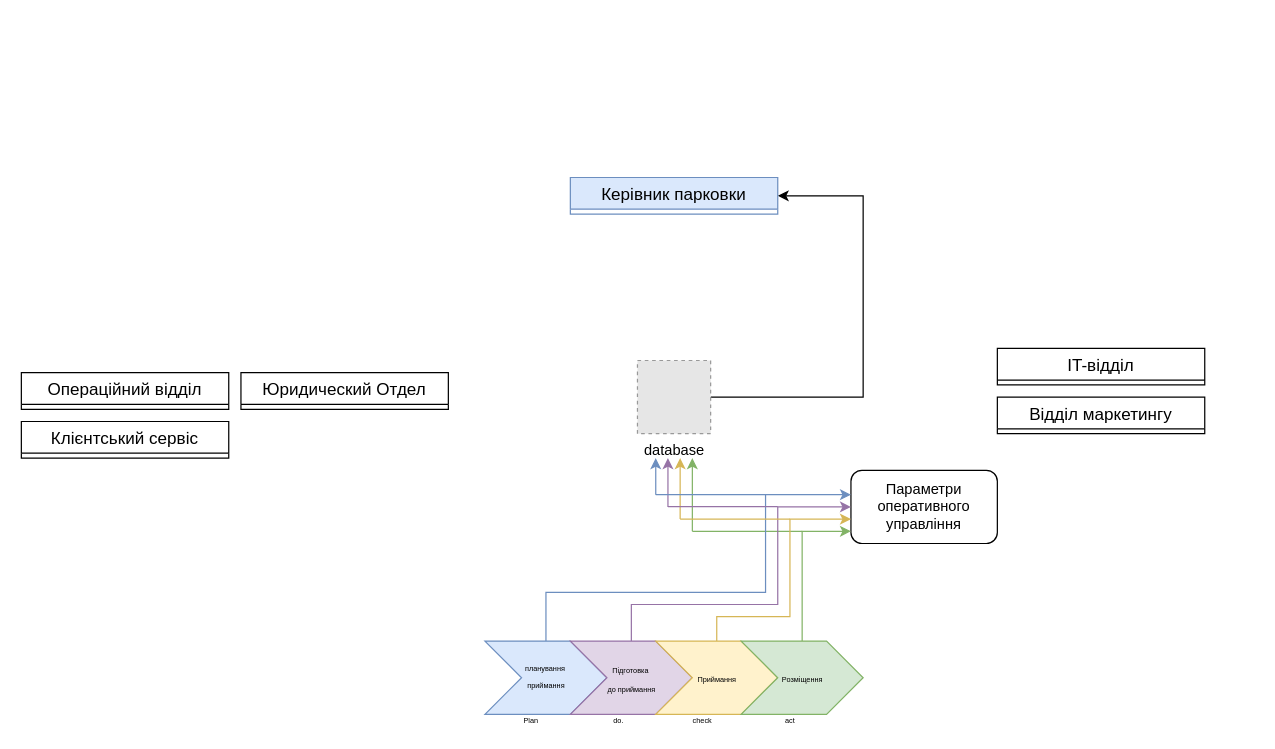
Above: Диаграмма без названия.drawio in mietolkin/Bank-App (draw.io), before the change. Source tidied: cells renumbered, new cells numbered last; positions are measured from the earlier drawing's top-left corner, leaving out a move shared by most shapes. Both pictures are drawn from the tidied source at 122%, with x=0, y=0 at pixel (21, 177). Pictures stored in the file or linked from it are replaced by grey dashed boxes.
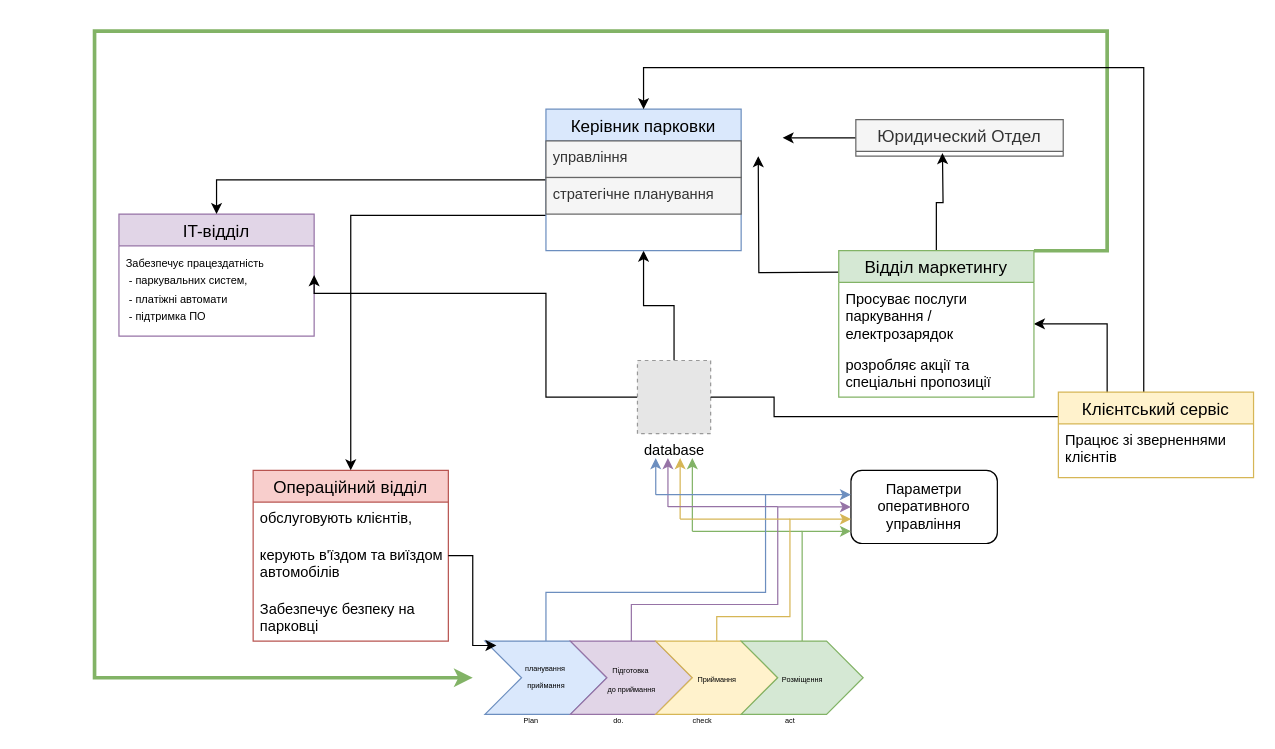
The same diagram, later.

The change refers to these unchanged cells:
```xml
<mxCell id="3" value="&lt;p style=&quot;border-color: var(--border-color); font-size: 6px;&quot;&gt;&lt;font style=&quot;font-size: 6px;&quot;&gt;планування&amp;nbsp;&lt;/font&gt;&lt;/p&gt;&lt;p style=&quot;border-color: var(--border-color); font-size: 6px;&quot;&gt;&lt;font style=&quot;font-size: 6px;&quot;&gt;приймання&lt;/font&gt;&lt;/p&gt;" style="html=1;shadow=0;dashed=0;align=center;verticalAlign=middle;shape=mxgraph.arrows2.arrow;dy=0;dx=30;notch=30;fillColor=#dae8fc;strokeColor=#6c8ebf;" parent="2" vertex="1">
  <mxGeometry width="100" height="60" as="geometry" />
</mxCell>
<mxCell id="13" value="database" style="fillColor=#E6E6E6;strokeColor=#999999;dashed=1;html=1;verticalAlign=top;verticalLabelPosition=bottom;labelBackgroundColor=#ffffff;" parent="1" vertex="1">
  <mxGeometry x="505" y="150" width="60" height="60" as="geometry" />
</mxCell>
```

Change to the diagram source:
```diff
@@
-    <mxCell id="8" value="Операційний відділ" style="swimlane;fontStyle=0;horizontal=1;startSize=26;align=center;fontSize=14;" parent="1" vertex="1" collapsed="1">
-      <mxGeometry y="160" width="170" height="30" as="geometry" />
+    <mxCell id="8" value="Операційний відділ" style="swimlane;fontStyle=0;horizontal=1;startSize=26;align=center;fontSize=14;fillColor=#f8cecc;strokeColor=#b85450;" parent="1" vertex="1">
+      <mxGeometry x="190" y="240" width="160" height="140" as="geometry" />
     </mxCell>
-    <mxCell id="9" value="Клієнтський сервіс" style="swimlane;fontStyle=0;horizontal=1;startSize=26;align=center;fontSize=14;" parent="1" vertex="1" collapsed="1">
-      <mxGeometry y="200" width="170" height="30" as="geometry" />
-    </mxCell>
+    <mxCell id="29" value="обслуговують клієнтів,&amp;nbsp;" style="text;strokeColor=none;fillColor=none;spacingLeft=4;spacingRight=4;overflow=hidden;fontSize=12;whiteSpace=wrap;html=1;" parent="8" vertex="1">
+      <mxGeometry y="26" width="160" height="30" as="geometry" />
+    </mxCell>
+    <mxCell id="30" value="керують в'їздом та виїздом автомобілів" style="text;strokeColor=none;fillColor=none;spacingLeft=4;spacingRight=4;overflow=hidden;fontSize=12;whiteSpace=wrap;html=1;" parent="8" vertex="1">
+      <mxGeometry y="56" width="160" height="44" as="geometry" />
+    </mxCell>
+    <mxCell id="31" value="Забезпечує безпеку на парковці" style="text;strokeColor=none;fillColor=none;spacingLeft=4;spacingRight=4;overflow=hidden;fontSize=12;whiteSpace=wrap;html=1;" parent="8" vertex="1">
+      <mxGeometry y="100" width="160" height="40" as="geometry" />
+    </mxCell>
-    <mxCell id="10" value="IT-відділ" style="swimlane;fontStyle=0;horizontal=1;startSize=26;align=center;fontSize=14;" parent="1" vertex="1" collapsed="1">
-      <mxGeometry x="800" y="140" width="170" height="30" as="geometry" />
+    <mxCell id="10" value="IT-відділ" style="swimlane;fontStyle=0;horizontal=1;startSize=26;align=center;fontSize=14;fillColor=#e1d5e7;strokeColor=#9673a6;" parent="1" vertex="1">
+      <mxGeometry x="80" y="30" width="160" height="100" as="geometry" />
     </mxCell>
-    <mxCell id="11" value="Юридический Отдел" style="swimlane;fontStyle=0;horizontal=1;startSize=26;align=center;fontSize=14;" parent="1" vertex="1" collapsed="1">
-      <mxGeometry x="180" y="160" width="170" height="30" as="geometry" />
-    </mxCell>
+    <mxCell id="32" value="&lt;font style=&quot;font-size: 9px;&quot;&gt;Забезпечує працездатність&lt;br&gt;&amp;nbsp;- паркувальних систем,&amp;nbsp;&lt;br&gt;&amp;nbsp;- платіжні автомати&lt;br&gt;&amp;nbsp;- підтримка ПО&lt;br&gt;&lt;/font&gt;" style="text;strokeColor=none;fillColor=none;spacingLeft=4;spacingRight=4;overflow=hidden;fontSize=12;whiteSpace=wrap;html=1;" parent="10" vertex="1">
+      <mxGeometry y="26" width="160" height="74" as="geometry" />
+    </mxCell>
-    <mxCell id="12" style="edgeStyle=orthogonalEdgeStyle;rounded=0;jettySize=auto;html=1;entryX=1;entryY=0.5;entryDx=0;entryDy=0;" parent="1" edge="1" source="13" target="28">
+    <mxCell id="12" style="edgeStyle=orthogonalEdgeStyle;rounded=0;jettySize=auto;html=1;entryX=1;entryY=0.5;entryDx=0;entryDy=0;" parent="1" edge="1" source="11">
       <mxGeometry relative="1" as="geometry">
-        <Array as="points">
-          <mxPoint x="690" y="180" />
-          <mxPoint x="690" y="15" />
-        </Array>
+        <mxPoint x="624" y="-32.5" as="targetPoint" />
       </mxGeometry>
     </mxCell>
+    <mxCell id="33" style="edgeStyle=orthogonalEdgeStyle;rounded=0;jettySize=auto;html=1;entryX=1;entryY=0.5;entryDx=0;entryDy=0;" parent="1" edge="1" source="13" target="10">
+      <mxGeometry relative="1" as="geometry">
+        <Array as="points">
+          <mxPoint x="430" y="180" />
+          <mxPoint x="430" y="95" />
+        </Array>
+      </mxGeometry>
+    </mxCell>
+    <mxCell id="34" style="edgeStyle=orthogonalEdgeStyle;rounded=0;jettySize=auto;html=1;entryX=0.5;entryY=1;entryDx=0;entryDy=0;" parent="1" edge="1" source="13" target="28">
+      <mxGeometry relative="1" as="geometry" />
+    </mxCell>
@@
-    <mxCell id="14" value="Відділ маркетингу" style="swimlane;fontStyle=0;horizontal=1;startSize=26;align=center;fontSize=14;" parent="1" vertex="1" collapsed="1">
-      <mxGeometry x="800" y="180" width="170" height="30" as="geometry" />
-    </mxCell>
+    <mxCell id="35" style="edgeStyle=orthogonalEdgeStyle;rounded=0;orthogonalLoop=1;jettySize=auto;html=1;" parent="1" edge="1">
+      <mxGeometry relative="1" as="geometry">
+        <mxPoint x="674" y="77.5" as="sourcePoint" />
+        <mxPoint x="604" y="-17.5" as="targetPoint" />
+      </mxGeometry>
+    </mxCell>
@@
+    <mxCell id="36" style="edgeStyle=orthogonalEdgeStyle;rounded=0;jettySize=auto;html=1;entryX=0.5;entryY=0;entryDx=0;entryDy=0;" parent="1" edge="1" source="28" target="10">
+      <mxGeometry relative="1" as="geometry" />
+    </mxCell>
+    <mxCell id="37" style="edgeStyle=orthogonalEdgeStyle;rounded=0;jettySize=auto;html=1;exitX=0;exitY=0.75;exitDx=0;exitDy=0;entryX=0.5;entryY=0;entryDx=0;entryDy=0;" parent="1" edge="1" source="28" target="8">
+      <mxGeometry relative="1" as="geometry" />
+    </mxCell>
-    <mxCell id="28" value="Керівник парковки" style="swimlane;fontStyle=0;horizontal=1;startSize=26;align=center;fontSize=14;fillColor=#dae8fc;strokeColor=#6c8ebf;" parent="1" vertex="1" collapsed="1">
-      <mxGeometry x="450" width="170" height="30" as="geometry" />
+    <mxCell id="28" value="Керівник парковки" style="swimlane;fontStyle=0;horizontal=1;startSize=26;align=center;fontSize=14;fillColor=#dae8fc;strokeColor=#6c8ebf;" parent="1" vertex="1">
+      <mxGeometry x="430" y="-56" width="160" height="116" as="geometry" />
     </mxCell>
+    <mxCell id="38" style="group;" parent="28" vertex="1">
+      <mxGeometry y="26" width="160" height="90" as="geometry" />
+    </mxCell>
+    <mxCell id="39" value="управління" style="text;spacingLeft=4;spacingRight=4;overflow=hidden;fontSize=12;whiteSpace=wrap;html=1;fillColor=#f5f5f5;fontColor=#333333;strokeColor=#666666;" parent="38" vertex="1">
+      <mxGeometry width="160" height="30" as="geometry" />
+    </mxCell>
+    <mxCell id="40" value="стратегічне планування" style="text;spacingLeft=4;spacingRight=4;overflow=hidden;fontSize=12;whiteSpace=wrap;html=1;fillColor=#f5f5f5;fontColor=#333333;strokeColor=#666666;" parent="38" vertex="1">
+      <mxGeometry y="30" width="160" height="30" as="geometry" />
+    </mxCell>
+    <mxCell id="11" value="Юридический Отдел" style="swimlane;fontStyle=0;horizontal=1;startSize=26;align=center;fontSize=14;fillColor=#f5f5f5;fontColor=#333333;strokeColor=#666666;" parent="1" vertex="1" collapsed="1">
+      <mxGeometry x="684" y="-47.5" width="170" height="30" as="geometry" />
+    </mxCell>
+    <mxCell id="41" style="edgeStyle=orthogonalEdgeStyle;rounded=0;jettySize=auto;html=1;entryX=1;entryY=0.5;entryDx=0;entryDy=0;" parent="1" edge="1" source="13" target="14">
+      <mxGeometry relative="1" as="geometry">
+        <Array as="points">
+          <mxPoint x="617" y="180" />
+          <mxPoint x="617" y="196" />
+          <mxPoint x="890" y="196" />
+          <mxPoint x="890" y="120" />
+        </Array>
+      </mxGeometry>
+    </mxCell>
+    <mxCell id="42" style="edgeStyle=orthogonalEdgeStyle;rounded=0;jettySize=auto;html=1;" parent="1" edge="1" source="14">
+      <mxGeometry relative="1" as="geometry">
+        <mxPoint x="755" y="-20" as="targetPoint" />
+      </mxGeometry>
+    </mxCell>
+    <mxCell id="43" style="edgeStyle=orthogonalEdgeStyle;rounded=0;jettySize=auto;html=1;exitX=1;exitY=0;exitDx=0;exitDy=0;fillColor=#d5e8d4;strokeColor=#82b366;strokeWidth=3;" parent="1" edge="1" source="14">
+      <mxGeometry relative="1" as="geometry">
+        <mxPoint x="370" y="410" as="targetPoint" />
+        <Array as="points">
+          <mxPoint x="890" y="60" />
+          <mxPoint x="890" y="-120" />
+          <mxPoint x="60" y="-120" />
+          <mxPoint x="60" y="410" />
+        </Array>
+      </mxGeometry>
+    </mxCell>
+    <mxCell id="14" value="Відділ маркетингу" style="swimlane;fontStyle=0;horizontal=1;startSize=26;align=center;fontSize=14;fillColor=#d5e8d4;strokeColor=#82b366;" parent="1" vertex="1">
+      <mxGeometry x="670" y="60" width="160" height="120" as="geometry" />
+    </mxCell>
+    <mxCell id="44" value="Просуває послуги паркування / електрозарядок" style="text;strokeColor=none;fillColor=none;spacingLeft=4;spacingRight=4;overflow=hidden;fontSize=12;whiteSpace=wrap;html=1;" parent="14" vertex="1">
+      <mxGeometry y="26" width="160" height="54" as="geometry" />
+    </mxCell>
+    <mxCell id="45" value="розробляє акції та спеціальні пропозиції" style="text;strokeColor=none;fillColor=none;spacingLeft=4;spacingRight=4;overflow=hidden;fontSize=12;whiteSpace=wrap;html=1;" parent="14" vertex="1">
+      <mxGeometry y="80" width="160" height="40" as="geometry" />
+    </mxCell>
+    <mxCell id="46" style="edgeStyle=orthogonalEdgeStyle;rounded=0;jettySize=auto;html=1;entryX=0.5;entryY=0;entryDx=0;entryDy=0;" parent="1" edge="1" source="9" target="28">
+      <mxGeometry relative="1" as="geometry">
+        <Array as="points">
+          <mxPoint x="920" y="180" />
+          <mxPoint x="920" y="-90" />
+          <mxPoint x="510" y="-90" />
+        </Array>
+      </mxGeometry>
+    </mxCell>
+    <mxCell id="9" value="Клієнтський сервіс" style="swimlane;fontStyle=0;horizontal=1;startSize=26;align=center;fontSize=14;fillColor=#fff2cc;strokeColor=#d6b656;" parent="1" vertex="1">
+      <mxGeometry x="850" y="176" width="160" height="70" as="geometry" />
+    </mxCell>
+    <mxCell id="47" value="Працює зі зверненнями клієнтів" style="text;strokeColor=none;fillColor=none;spacingLeft=4;spacingRight=4;overflow=hidden;fontSize=12;whiteSpace=wrap;html=1;" parent="9" vertex="1">
+      <mxGeometry y="26" width="160" height="44" as="geometry" />
+    </mxCell>
+    <mxCell id="48" style="edgeStyle=orthogonalEdgeStyle;rounded=0;jettySize=auto;html=1;entryX=0.094;entryY=0.06;entryDx=0;entryDy=0;entryPerimeter=0;" parent="1" edge="1" source="8" target="3">
+      <mxGeometry relative="1" as="geometry" />
+    </mxCell>
```
